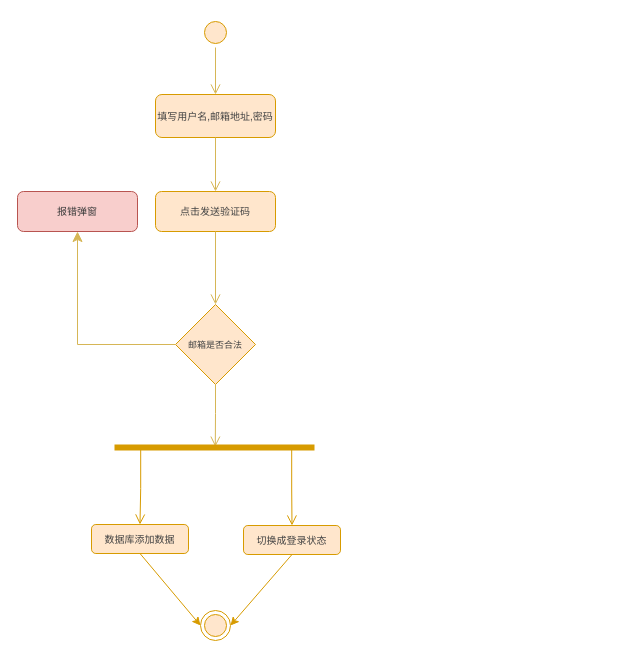
matrix-johnjohn/EatGo-Ordering-App keeps this draw.io diagram as prds/业务流程图.drawio. Above is the earlier version. Source tidied: cells renumbered, new cells numbered last; positions are measured from the earlier drawing's top-left corner, leaving out a move shared by most shapes. Both pictures are drawn from the tidied source at 100%, with x=0, y=0 at pixel (17, 17).
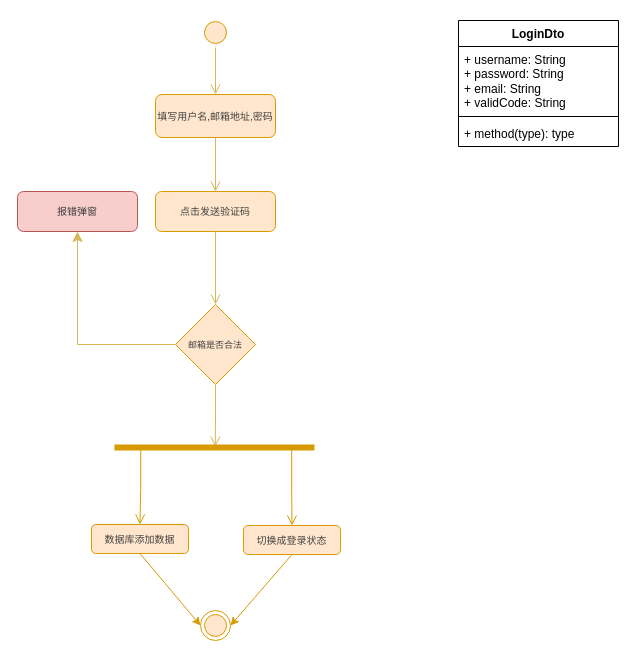
Above is the later version.

Diff of the diagram source:
```diff
@@
+    <mxCell id="20" value="LoginDto" style="swimlane;fontStyle=1;align=center;verticalAlign=top;horizontal=1;startSize=26;whiteSpace=wrap;html=1;" parent="1" vertex="1">
+      <mxGeometry x="441" y="3" width="160" height="126" as="geometry" />
+    </mxCell>
+    <mxCell id="21" value="+ username: String&lt;div&gt;+ password: String&lt;/div&gt;&lt;div&gt;+ email: String&lt;/div&gt;&lt;div&gt;+ validCode: String&lt;/div&gt;" style="text;strokeColor=none;fillColor=none;align=left;verticalAlign=top;spacingLeft=4;spacingRight=4;overflow=hidden;whiteSpace=wrap;html=1;" parent="20" vertex="1">
+      <mxGeometry y="26" width="160" height="66" as="geometry" />
+    </mxCell>
+    <mxCell id="22" style="line;strokeWidth=1;fillColor=none;align=left;verticalAlign=middle;spacingTop=-1;spacingLeft=3;spacingRight=3;labelPosition=right;strokeColor=inherit;" parent="20" vertex="1">
+      <mxGeometry y="92" width="160" height="8" as="geometry" />
+    </mxCell>
+    <mxCell id="23" value="+ method(type): type" style="text;strokeColor=none;fillColor=none;align=left;verticalAlign=top;spacingLeft=4;spacingRight=4;overflow=hidden;whiteSpace=wrap;html=1;" parent="20" vertex="1">
+      <mxGeometry y="100" width="160" height="26" as="geometry" />
+    </mxCell>
```
